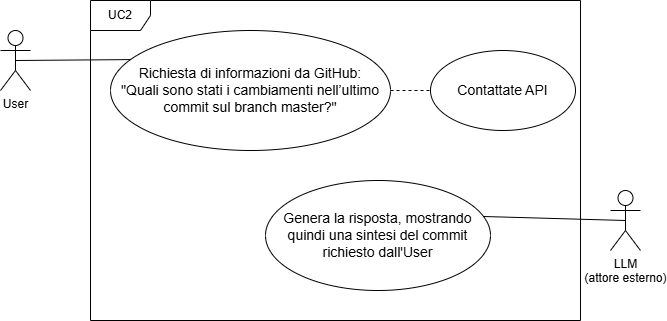
The draw.io diagram images/analisi-dei-requisiti/UCGitHub.png in SweeTenTeam/Docs, before a commit. Source tidied: cells renumbered, new cells last; positions are measured from the earlier drawing's top-left corner, leaving out a move shared by most shapes. Its diagram source:
```xml
<mxGraphModel>
  <root>
    <mxCell id="0" />
    <mxCell id="1" parent="0" />
    <mxCell id="2" style="endArrow=none;html=1;rounded=0;exitX=0.5;exitY=0.5;exitDx=0;exitDy=0;exitPerimeter=0;" parent="1" edge="1" source="3">
      <mxGeometry relative="1" as="geometry">
        <mxPoint x="140.4" y="59" as="targetPoint" />
      </mxGeometry>
    </mxCell>
    <mxCell id="3" value="User" style="shape=umlActor;verticalLabelPosition=bottom;verticalAlign=top;html=1;outlineConnect=0;" parent="1" vertex="1">
      <mxGeometry y="30" width="30" height="60" as="geometry" />
    </mxCell>
    <mxCell id="4" value="LLM&lt;div&gt;(attore esterno)&lt;/div&gt;" style="shape=umlActor;verticalLabelPosition=bottom;verticalAlign=top;html=1;outlineConnect=0;" parent="1" vertex="1">
      <mxGeometry x="610" y="190" width="30" height="60" as="geometry" />
    </mxCell>
    <mxCell id="5" style="endArrow=none;html=1;rounded=0;exitX=0.5;exitY=0.5;exitDx=0;exitDy=0;exitPerimeter=0;entryX=0.081;entryY=0.276;entryDx=0;entryDy=0;entryPerimeter=0;" parent="1" edge="1" source="4" target="10">
      <mxGeometry relative="1" as="geometry" />
    </mxCell>
    <mxCell id="6" value="UC2" style="shape=umlFrame;whiteSpace=wrap;html=1;" parent="1" vertex="1">
      <mxGeometry x="90" width="490" height="320" as="geometry" />
    </mxCell>
    <mxCell id="7" style="edgeStyle=orthogonalEdgeStyle;rounded=0;jettySize=auto;html=1;dashed=1;endArrow=none;endFill=0;fontSize=14;" parent="1" edge="1" source="8" target="9">
      <mxGeometry relative="1" as="geometry" />
    </mxCell>
    <mxCell id="8" value="&lt;div&gt;&lt;br&gt;&lt;/div&gt;&lt;font&gt;Richiesta di informazioni da GitHub:&lt;br&gt;&quot;&lt;/font&gt;&lt;span class=&quot;translatable-message&quot;&gt;Quali sono stati i cambiamenti nell’ultimo commit sul branch master&lt;/span&gt;&lt;font&gt;?&quot;&lt;br&gt;&lt;/font&gt;&lt;div&gt;&lt;div&gt;&lt;font&gt;&lt;br&gt;&lt;/font&gt;&lt;/div&gt;&lt;/div&gt;" style="ellipse;whiteSpace=wrap;html=1;fontSize=14;" parent="1" vertex="1">
      <mxGeometry x="110" y="30" width="280" height="120" as="geometry" />
    </mxCell>
    <mxCell id="9" value="&lt;div&gt;&lt;span style=&quot;background-color: initial;&quot;&gt;Contattate API&lt;/span&gt;&lt;/div&gt;" style="ellipse;whiteSpace=wrap;html=1;fontSize=14;" parent="1" vertex="1">
      <mxGeometry x="430" y="50" width="145" height="80" as="geometry" />
    </mxCell>
    <mxCell id="10" value="Genera la risposta, mostrando quindi una sintesi del commit richiesto dall'User" style="ellipse;whiteSpace=wrap;html=1;fontSize=14;" parent="1" vertex="1">
      <mxGeometry x="265" y="180" width="225" height="110" as="geometry" />
    </mxCell>
  </root>
</mxGraphModel>
```
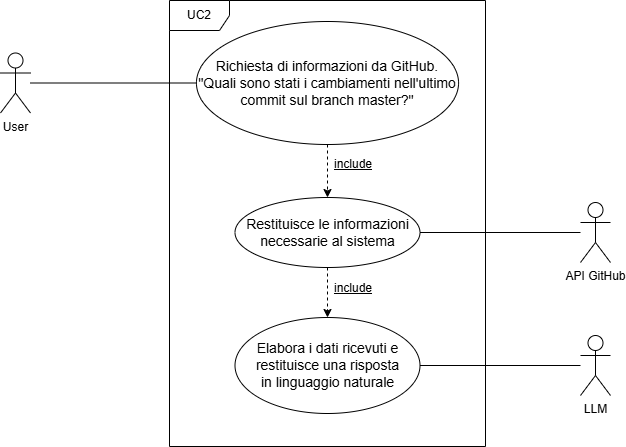
After the change.

Change to the diagram source:
```diff
@@ -2,34 +2,47 @@
   <root>
     <mxCell id="0" />
     <mxCell id="1" parent="0" />
-    <mxCell id="2" style="endArrow=none;html=1;rounded=0;exitX=0.5;exitY=0.5;exitDx=0;exitDy=0;exitPerimeter=0;" parent="1" edge="1" source="3">
-      <mxGeometry relative="1" as="geometry">
-        <mxPoint x="140.4" y="59" as="targetPoint" />
-      </mxGeometry>
-    </mxCell>
+    <mxCell id="11" style="edgeStyle=orthogonalEdgeStyle;rounded=0;jettySize=auto;html=1;entryX=0;entryY=0.5;entryDx=0;entryDy=0;endArrow=none;endFill=0;" parent="1" edge="1" source="3" target="13">
+      <mxGeometry relative="1" as="geometry" />
+    </mxCell>
-    <mxCell id="3" value="User" style="shape=umlActor;verticalLabelPosition=bottom;verticalAlign=top;html=1;outlineConnect=0;" parent="1" vertex="1">
-      <mxGeometry y="30" width="30" height="60" as="geometry" />
+    <mxCell id="3" value="User" style="shape=umlActor;verticalLabelPosition=bottom;verticalAlign=top;html=1;" parent="1" vertex="1">
+      <mxGeometry x="-10" y="52.5" width="30" height="60" as="geometry" />
     </mxCell>
-    <mxCell id="4" value="LLM&lt;div&gt;(attore esterno)&lt;/div&gt;" style="shape=umlActor;verticalLabelPosition=bottom;verticalAlign=top;html=1;outlineConnect=0;" parent="1" vertex="1">
-      <mxGeometry x="610" y="190" width="30" height="60" as="geometry" />
-    </mxCell>
-    <mxCell id="5" style="endArrow=none;html=1;rounded=0;exitX=0.5;exitY=0.5;exitDx=0;exitDy=0;exitPerimeter=0;entryX=0.081;entryY=0.276;entryDx=0;entryDy=0;entryPerimeter=0;" parent="1" edge="1" source="4" target="10">
-      <mxGeometry relative="1" as="geometry" />
-    </mxCell>
     <mxCell id="6" value="UC2" style="shape=umlFrame;whiteSpace=wrap;html=1;" parent="1" vertex="1">
-      <mxGeometry x="90" width="490" height="320" as="geometry" />
+      <mxGeometry x="159" width="316" height="446" as="geometry" />
     </mxCell>
-    <mxCell id="7" style="edgeStyle=orthogonalEdgeStyle;rounded=0;jettySize=auto;html=1;dashed=1;endArrow=none;endFill=0;fontSize=14;" parent="1" edge="1" source="8" target="9">
-      <mxGeometry relative="1" as="geometry" />
-    </mxCell>
-    <mxCell id="8" value="&lt;div&gt;&lt;br&gt;&lt;/div&gt;&lt;font&gt;Richiesta di informazioni da GitHub:&lt;br&gt;&quot;&lt;/font&gt;&lt;span class=&quot;translatable-message&quot;&gt;Quali sono stati i cambiamenti nell’ultimo commit sul branch master&lt;/span&gt;&lt;font&gt;?&quot;&lt;br&gt;&lt;/font&gt;&lt;div&gt;&lt;div&gt;&lt;font&gt;&lt;br&gt;&lt;/font&gt;&lt;/div&gt;&lt;/div&gt;" style="ellipse;whiteSpace=wrap;html=1;fontSize=14;" parent="1" vertex="1">
-      <mxGeometry x="110" y="30" width="280" height="120" as="geometry" />
-    </mxCell>
-    <mxCell id="9" value="&lt;div&gt;&lt;span style=&quot;background-color: initial;&quot;&gt;Contattate API&lt;/span&gt;&lt;/div&gt;" style="ellipse;whiteSpace=wrap;html=1;fontSize=14;" parent="1" vertex="1">
-      <mxGeometry x="430" y="50" width="145" height="80" as="geometry" />
-    </mxCell>
-    <mxCell id="10" value="Genera la risposta, mostrando quindi una sintesi del commit richiesto dall'User" style="ellipse;whiteSpace=wrap;html=1;fontSize=14;" parent="1" vertex="1">
-      <mxGeometry x="265" y="180" width="225" height="110" as="geometry" />
-    </mxCell>
+    <mxCell id="12" style="edgeStyle=orthogonalEdgeStyle;rounded=0;jettySize=auto;html=1;dashed=1;" parent="1" edge="1" source="13" target="16">
+      <mxGeometry relative="1" as="geometry" />
+    </mxCell>
+    <mxCell id="13" value="Richiesta di informazioni da GitHub. &quot;Quali sono stati i cambiamenti nell'ultimo commit sul branch master?&quot;" style="ellipse;whiteSpace=wrap;html=1;fontSize=14;fontStyle=0;" parent="1" vertex="1">
+      <mxGeometry x="185.9" y="21" width="262.1" height="123" as="geometry" />
+    </mxCell>
+    <mxCell id="14" value="API GitHub" style="shape=umlActor;verticalLabelPosition=bottom;verticalAlign=top;html=1;" parent="1" vertex="1">
+      <mxGeometry x="570" y="202" width="30" height="60" as="geometry" />
+    </mxCell>
+    <mxCell id="15" style="edgeStyle=orthogonalEdgeStyle;rounded=0;jettySize=auto;html=1;dashed=1;" parent="1" edge="1" source="16" target="19">
+      <mxGeometry relative="1" as="geometry" />
+    </mxCell>
+    <mxCell id="16" value="Restituisce le informazioni necessarie al sistema" style="ellipse;whiteSpace=wrap;html=1;fontSize=14;" parent="1" vertex="1">
+      <mxGeometry x="224.5" y="197" width="185" height="70" as="geometry" />
+    </mxCell>
+    <mxCell id="17" value="include" style="text;html=1;align=center;verticalAlign=middle;whiteSpace=wrap;rounded=0;textShadow=0;labelBorderColor=none;fontStyle=4;" parent="1" vertex="1">
+      <mxGeometry x="313" y="149" width="60" height="30" as="geometry" />
+    </mxCell>
+    <mxCell id="18" value="include" style="text;html=1;align=center;verticalAlign=middle;whiteSpace=wrap;rounded=0;textShadow=0;labelBorderColor=none;fontStyle=4;" parent="1" vertex="1">
+      <mxGeometry x="313" y="273" width="60" height="30" as="geometry" />
+    </mxCell>
+    <mxCell id="19" value="Elabora i dati ricevuti e restituisce una risposta&lt;div&gt;in linguaggio naturale&lt;/div&gt;" style="ellipse;whiteSpace=wrap;html=1;fontSize=14;" parent="1" vertex="1">
+      <mxGeometry x="224.5" y="317" width="185" height="96" as="geometry" />
+    </mxCell>
+    <mxCell id="20" style="edgeStyle=orthogonalEdgeStyle;rounded=0;jettySize=auto;html=1;endArrow=none;endFill=0;" parent="1" edge="1" source="21" target="19">
+      <mxGeometry relative="1" as="geometry" />
+    </mxCell>
+    <mxCell id="21" value="LLM" style="shape=umlActor;verticalLabelPosition=bottom;verticalAlign=top;html=1;outlineConnect=0;" parent="1" vertex="1">
+      <mxGeometry x="570" y="335" width="30" height="60" as="geometry" />
+    </mxCell>
+    <mxCell id="22" style="edgeStyle=orthogonalEdgeStyle;rounded=0;jettySize=auto;html=1;endArrow=none;endFill=0;entryX=1;entryY=0.5;entryDx=0;entryDy=0;" parent="1" edge="1" source="14" target="16">
+      <mxGeometry relative="1" as="geometry" />
+    </mxCell>
   </root>
 </mxGraphModel>
```
